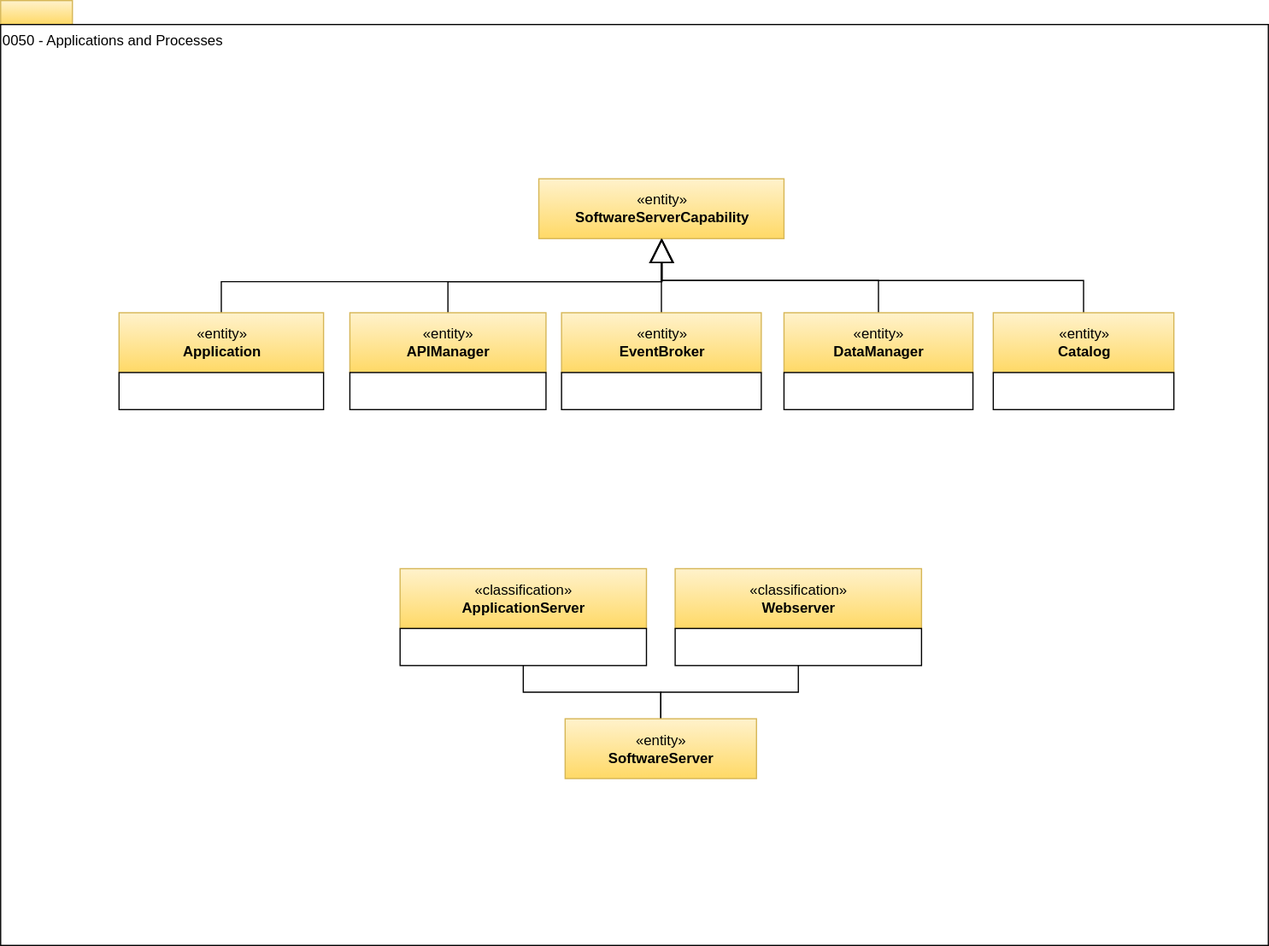
The draw.io diagram site/docs/types/0/0050-Applications-and-Processes.svg in odpi/egeria-docs, before a commit. Source tidied: cells renumbered, new cells last; positions are measured from the earlier drawing's top-left corner, leaving out a move shared by most shapes.
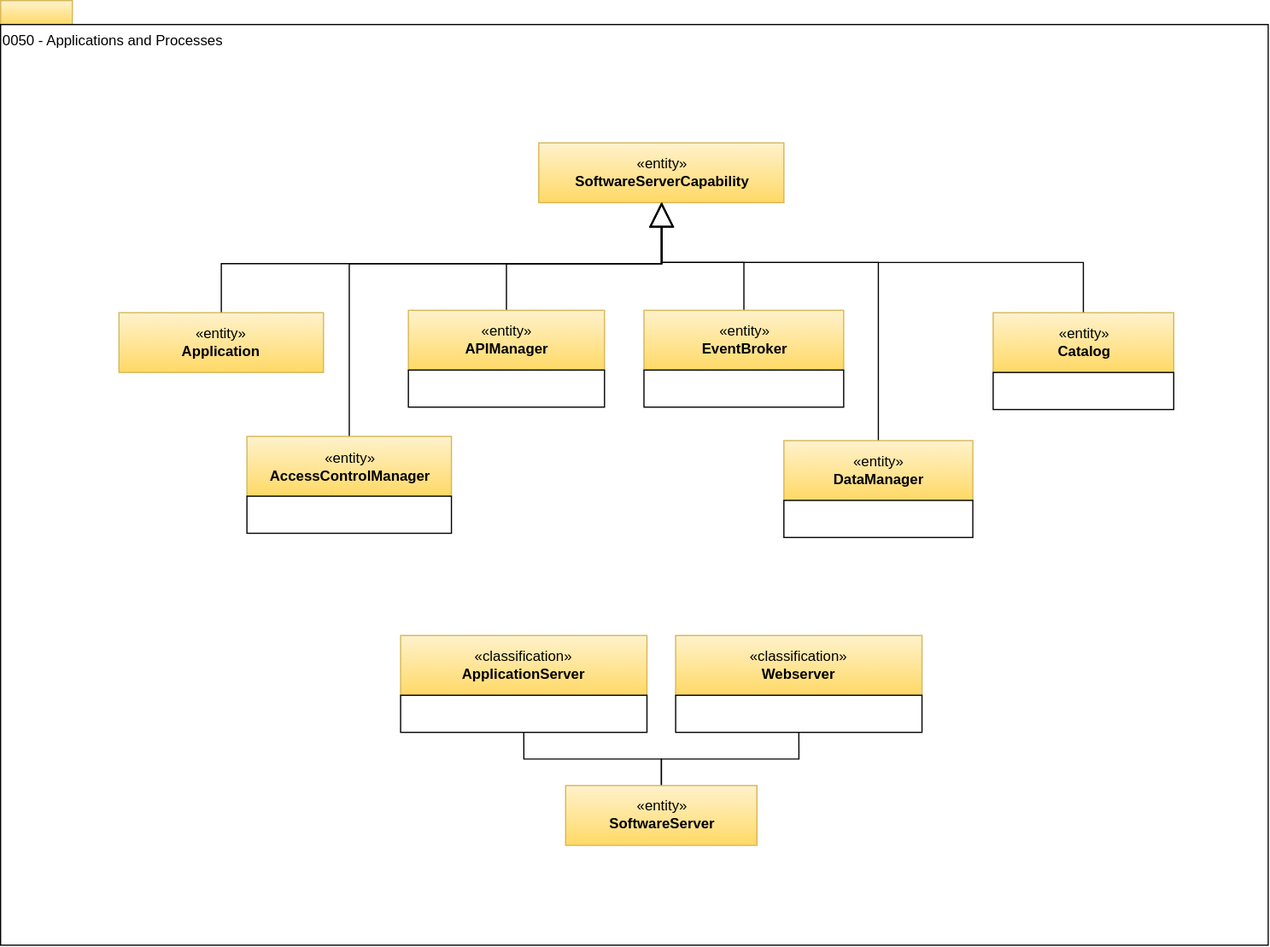
After the change.

What changed in the source:
```diff
@@ -8,94 +8,105 @@
     <mxCell id="3" value="0050 - Applications and Processes" style="rounded=0;whiteSpace=wrap;html=1;align=left;verticalAlign=top;" parent="1" vertex="1">
       <mxGeometry y="20" width="1060" height="770" as="geometry" />
     </mxCell>
-    <mxCell id="4" style="edgeStyle=orthogonalEdgeStyle;rounded=0;jettySize=auto;html=1;entryX=0.5;entryY=1;entryDx=0;entryDy=0;endArrow=block;endFill=0;endSize=18;strokeWidth=1;" parent="1" edge="1" source="5" target="7">
+    <mxCell id="4" style="edgeStyle=orthogonalEdgeStyle;rounded=0;jettySize=auto;html=1;entryX=0.5;entryY=1;entryDx=0;entryDy=0;endArrow=block;endFill=0;endSize=18;strokeWidth=1;" parent="1" edge="1" source="5" target="6">
       <mxGeometry relative="1" as="geometry">
         <Array as="points">
-          <mxPoint x="185" y="235" />
-          <mxPoint x="553" y="235" />
+          <mxPoint x="185" y="220" />
+          <mxPoint x="553" y="220" />
         </Array>
       </mxGeometry>
     </mxCell>
     <mxCell id="5" value="«entity»&lt;br&gt;&lt;b&gt;Application&lt;/b&gt;" style="html=1;strokeColor=#d6b656;align=center;fillColor=#fff2cc;gradientColor=#ffd966;" parent="1" vertex="1">
       <mxGeometry x="99" y="261" width="171" height="50" as="geometry" />
     </mxCell>
-    <mxCell id="6" style="rounded=0;whiteSpace=wrap;html=1;strokeColor=#000000;gradientColor=#ffffff;align=center;" parent="1" vertex="1">
-      <mxGeometry x="99" y="311" width="171" height="31" as="geometry" />
+    <mxCell id="6" value="«entity»&lt;br&gt;&lt;b&gt;SoftwareServerCapability&lt;/b&gt;" style="html=1;strokeColor=#d6b656;align=center;fillColor=#fff2cc;gradientColor=#ffd966;" parent="1" vertex="1">
+      <mxGeometry x="450" y="119" width="205" height="50" as="geometry" />
     </mxCell>
-    <mxCell id="7" value="«entity»&lt;br&gt;&lt;b&gt;SoftwareServerCapability&lt;/b&gt;" style="html=1;strokeColor=#d6b656;align=center;fillColor=#fff2cc;gradientColor=#ffd966;" parent="1" vertex="1">
-      <mxGeometry x="450" y="149" width="205" height="50" as="geometry" />
+    <mxCell id="7" value="«classification»&lt;br&gt;&lt;b&gt;Webserver&lt;/b&gt;" style="html=1;strokeColor=#d6b656;align=center;fillColor=#fff2cc;gradientColor=#ffd966;" parent="1" vertex="1">
+      <mxGeometry x="564.5" y="531" width="206" height="50" as="geometry" />
     </mxCell>
-    <mxCell id="8" value="«classification»&lt;br&gt;&lt;b&gt;Webserver&lt;/b&gt;" style="html=1;strokeColor=#d6b656;align=center;fillColor=#fff2cc;gradientColor=#ffd966;" parent="1" vertex="1">
-      <mxGeometry x="564" y="475" width="206" height="50" as="geometry" />
+    <mxCell id="8" style="edgeStyle=orthogonalEdgeStyle;rounded=0;html=1;exitX=0.5;exitY=1;endArrow=none;endFill=0;jettySize=auto;" parent="1" edge="1" source="9" target="13">
+      <mxGeometry relative="1" as="geometry" />
     </mxCell>
-    <mxCell id="9" style="edgeStyle=orthogonalEdgeStyle;rounded=0;html=1;exitX=0.5;exitY=1;endArrow=none;endFill=0;jettySize=auto;" parent="1" edge="1" source="10" target="14">
-      <mxGeometry relative="1" as="geometry" />
+    <mxCell id="9" style="rounded=0;whiteSpace=wrap;html=1;strokeColor=#000000;gradientColor=#ffffff;align=center;" parent="1" vertex="1">
+      <mxGeometry x="564.5" y="581" width="206" height="31" as="geometry" />
     </mxCell>
-    <mxCell id="10" style="rounded=0;whiteSpace=wrap;html=1;strokeColor=#000000;gradientColor=#ffffff;align=center;" parent="1" vertex="1">
-      <mxGeometry x="564" y="525" width="206" height="31" as="geometry" />
+    <mxCell id="10" value="«classification»&lt;br&gt;&lt;b&gt;ApplicationServer&lt;/b&gt;" style="html=1;strokeColor=#d6b656;align=center;fillColor=#fff2cc;gradientColor=#ffd966;" parent="1" vertex="1">
+      <mxGeometry x="334.5" y="531" width="206" height="50" as="geometry" />
     </mxCell>
-    <mxCell id="11" value="«classification»&lt;br&gt;&lt;b&gt;ApplicationServer&lt;/b&gt;" style="html=1;strokeColor=#d6b656;align=center;fillColor=#fff2cc;gradientColor=#ffd966;" parent="1" vertex="1">
-      <mxGeometry x="334" y="475" width="206" height="50" as="geometry" />
+    <mxCell id="11" style="edgeStyle=orthogonalEdgeStyle;rounded=0;html=1;exitX=0.5;exitY=1;endArrow=none;endFill=0;jettySize=auto;" parent="1" edge="1" source="12" target="13">
+      <mxGeometry relative="1" as="geometry" />
     </mxCell>
-    <mxCell id="12" style="edgeStyle=orthogonalEdgeStyle;rounded=0;html=1;exitX=0.5;exitY=1;endArrow=none;endFill=0;jettySize=auto;" parent="1" edge="1" source="13" target="14">
-      <mxGeometry relative="1" as="geometry" />
+    <mxCell id="12" style="rounded=0;whiteSpace=wrap;html=1;strokeColor=#000000;gradientColor=#ffffff;align=center;" parent="1" vertex="1">
+      <mxGeometry x="334.5" y="581" width="206" height="31" as="geometry" />
     </mxCell>
-    <mxCell id="13" style="rounded=0;whiteSpace=wrap;html=1;strokeColor=#000000;gradientColor=#ffffff;align=center;" parent="1" vertex="1">
-      <mxGeometry x="334" y="525" width="206" height="31" as="geometry" />
+    <mxCell id="13" value="«entity»&lt;br&gt;&lt;b&gt;SoftwareServer&lt;/b&gt;" style="html=1;strokeColor=#d6b656;align=center;fillColor=#fff2cc;gradientColor=#ffd966;" parent="1" vertex="1">
+      <mxGeometry x="472.5" y="656.5" width="160" height="50" as="geometry" />
     </mxCell>
-    <mxCell id="14" value="«entity»&lt;br&gt;&lt;b&gt;SoftwareServer&lt;/b&gt;" style="html=1;strokeColor=#d6b656;align=center;fillColor=#fff2cc;gradientColor=#ffd966;" parent="1" vertex="1">
-      <mxGeometry x="472" y="600.5" width="160" height="50" as="geometry" />
+    <mxCell id="14" style="edgeStyle=orthogonalEdgeStyle;rounded=0;jettySize=auto;html=1;endArrow=block;endFill=0;endSize=18;strokeWidth=1;" parent="1" edge="1" source="15" target="6">
+      <mxGeometry relative="1" as="geometry">
+        <Array as="points">
+          <mxPoint x="423" y="220" />
+          <mxPoint x="553" y="220" />
+        </Array>
+      </mxGeometry>
     </mxCell>
-    <mxCell id="15" style="edgeStyle=orthogonalEdgeStyle;rounded=0;jettySize=auto;html=1;endArrow=block;endFill=0;endSize=18;strokeWidth=1;" parent="1" edge="1" source="16" target="7">
-      <mxGeometry relative="1" as="geometry">
-        <Array as="points">
-          <mxPoint x="374" y="235" />
-          <mxPoint x="553" y="235" />
-        </Array>
-      </mxGeometry>
+    <mxCell id="15" value="«entity»&lt;br&gt;&lt;b&gt;APIManager&lt;/b&gt;" style="html=1;strokeColor=#d6b656;align=center;fillColor=#fff2cc;gradientColor=#ffd966;" parent="1" vertex="1">
+      <mxGeometry x="341" y="259" width="164" height="50" as="geometry" />
     </mxCell>
-    <mxCell id="16" value="«entity»&lt;br&gt;&lt;b&gt;APIManager&lt;/b&gt;" style="html=1;strokeColor=#d6b656;align=center;fillColor=#fff2cc;gradientColor=#ffd966;" parent="1" vertex="1">
-      <mxGeometry x="292" y="261" width="164" height="50" as="geometry" />
+    <mxCell id="16" style="rounded=0;whiteSpace=wrap;html=1;strokeColor=#000000;gradientColor=#ffffff;align=center;" parent="1" vertex="1">
+      <mxGeometry x="341" y="309" width="164" height="31" as="geometry" />
     </mxCell>
-    <mxCell id="17" style="rounded=0;whiteSpace=wrap;html=1;strokeColor=#000000;gradientColor=#ffffff;align=center;" parent="1" vertex="1">
-      <mxGeometry x="292" y="311" width="164" height="31" as="geometry" />
+    <mxCell id="17" style="edgeStyle=orthogonalEdgeStyle;rounded=0;jettySize=auto;html=1;endArrow=block;endFill=0;endSize=18;strokeWidth=1;" parent="1" edge="1" source="18" target="6">
+      <mxGeometry relative="1" as="geometry" />
     </mxCell>
-    <mxCell id="18" style="edgeStyle=orthogonalEdgeStyle;rounded=0;jettySize=auto;html=1;endArrow=block;endFill=0;endSize=18;strokeWidth=1;" parent="1" edge="1" source="19" target="7">
-      <mxGeometry relative="1" as="geometry" />
+    <mxCell id="18" value="«entity»&lt;br&gt;&lt;b&gt;EventBroker&lt;/b&gt;" style="html=1;strokeColor=#d6b656;align=center;fillColor=#fff2cc;gradientColor=#ffd966;" parent="1" vertex="1">
+      <mxGeometry x="538" y="259" width="167" height="50" as="geometry" />
     </mxCell>
-    <mxCell id="19" value="«entity»&lt;br&gt;&lt;b&gt;EventBroker&lt;/b&gt;" style="html=1;strokeColor=#d6b656;align=center;fillColor=#fff2cc;gradientColor=#ffd966;" parent="1" vertex="1">
-      <mxGeometry x="469" y="261" width="167" height="50" as="geometry" />
+    <mxCell id="19" style="rounded=0;whiteSpace=wrap;html=1;strokeColor=#000000;gradientColor=#ffffff;align=center;" parent="1" vertex="1">
+      <mxGeometry x="538" y="309" width="167" height="31" as="geometry" />
     </mxCell>
-    <mxCell id="20" style="rounded=0;whiteSpace=wrap;html=1;strokeColor=#000000;gradientColor=#ffffff;align=center;" parent="1" vertex="1">
-      <mxGeometry x="469" y="311" width="167" height="31" as="geometry" />
+    <mxCell id="20" style="edgeStyle=orthogonalEdgeStyle;rounded=0;jettySize=auto;html=1;endArrow=block;endFill=0;endSize=18;strokeWidth=1;" parent="1" edge="1" source="21" target="6">
+      <mxGeometry relative="1" as="geometry">
+        <Array as="points">
+          <mxPoint x="734" y="219" />
+          <mxPoint x="553" y="219" />
+        </Array>
+      </mxGeometry>
     </mxCell>
-    <mxCell id="21" style="edgeStyle=orthogonalEdgeStyle;rounded=0;jettySize=auto;html=1;endArrow=block;endFill=0;endSize=18;strokeWidth=1;" parent="1" edge="1" source="22" target="7">
-      <mxGeometry relative="1" as="geometry">
-        <Array as="points">
-          <mxPoint x="734" y="234" />
-          <mxPoint x="553" y="234" />
-        </Array>
-      </mxGeometry>
+    <mxCell id="21" value="«entity»&lt;br&gt;&lt;b&gt;DataManager&lt;/b&gt;" style="html=1;strokeColor=#d6b656;align=center;fillColor=#fff2cc;gradientColor=#ffd966;" parent="1" vertex="1">
+      <mxGeometry x="655" y="368" width="158" height="50" as="geometry" />
     </mxCell>
-    <mxCell id="22" value="«entity»&lt;br&gt;&lt;b&gt;DataManager&lt;/b&gt;" style="html=1;strokeColor=#d6b656;align=center;fillColor=#fff2cc;gradientColor=#ffd966;" parent="1" vertex="1">
-      <mxGeometry x="655" y="261" width="158" height="50" as="geometry" />
+    <mxCell id="22" style="rounded=0;whiteSpace=wrap;html=1;strokeColor=#000000;gradientColor=#ffffff;align=center;" parent="1" vertex="1">
+      <mxGeometry x="655" y="418" width="158" height="31" as="geometry" />
     </mxCell>
-    <mxCell id="23" style="rounded=0;whiteSpace=wrap;html=1;strokeColor=#000000;gradientColor=#ffffff;align=center;" parent="1" vertex="1">
-      <mxGeometry x="655" y="311" width="158" height="31" as="geometry" />
+    <mxCell id="23" style="edgeStyle=orthogonalEdgeStyle;rounded=0;jettySize=auto;html=1;entryX=0.5;entryY=1;entryDx=0;entryDy=0;endArrow=block;endFill=0;endSize=18;strokeWidth=1;" parent="1" edge="1" source="24" target="6">
+      <mxGeometry relative="1" as="geometry">
+        <Array as="points">
+          <mxPoint x="905" y="219" />
+          <mxPoint x="553" y="219" />
+        </Array>
+      </mxGeometry>
     </mxCell>
-    <mxCell id="24" style="edgeStyle=orthogonalEdgeStyle;rounded=0;jettySize=auto;html=1;entryX=0.5;entryY=1;entryDx=0;entryDy=0;endArrow=block;endFill=0;endSize=18;strokeWidth=1;" parent="1" edge="1" source="25" target="7">
-      <mxGeometry relative="1" as="geometry">
-        <Array as="points">
-          <mxPoint x="906" y="234" />
-          <mxPoint x="553" y="234" />
-        </Array>
-      </mxGeometry>
+    <mxCell id="24" value="«entity»&lt;br&gt;&lt;b&gt;Catalog&lt;/b&gt;" style="html=1;strokeColor=#d6b656;align=center;fillColor=#fff2cc;gradientColor=#ffd966;" parent="1" vertex="1">
+      <mxGeometry x="830" y="261" width="151" height="50" as="geometry" />
     </mxCell>
-    <mxCell id="25" value="«entity»&lt;br&gt;&lt;b&gt;Catalog&lt;/b&gt;" style="html=1;strokeColor=#d6b656;align=center;fillColor=#fff2cc;gradientColor=#ffd966;" parent="1" vertex="1">
-      <mxGeometry x="830" y="261" width="151" height="50" as="geometry" />
+    <mxCell id="25" style="rounded=0;whiteSpace=wrap;html=1;strokeColor=#000000;gradientColor=#ffffff;align=center;" parent="1" vertex="1">
+      <mxGeometry x="830" y="311" width="151" height="31" as="geometry" />
     </mxCell>
-    <mxCell id="26" style="rounded=0;whiteSpace=wrap;html=1;strokeColor=#000000;gradientColor=#ffffff;align=center;" parent="1" vertex="1">
-      <mxGeometry x="830" y="311" width="151" height="31" as="geometry" />
+    <mxCell id="26" style="edgeStyle=orthogonalEdgeStyle;rounded=0;jettySize=auto;html=1;endArrow=block;endFill=0;endSize=18;" parent="1" edge="1" source="27" target="6">
+      <mxGeometry relative="1" as="geometry">
+        <Array as="points">
+          <mxPoint x="292" y="220" />
+          <mxPoint x="553" y="220" />
+        </Array>
+      </mxGeometry>
     </mxCell>
+    <mxCell id="27" value="«entity»&lt;br&gt;&lt;b&gt;AccessControlManager&lt;/b&gt;" style="html=1;strokeColor=#d6b656;align=center;fillColor=#fff2cc;gradientColor=#ffd966;" parent="1" vertex="1">
+      <mxGeometry x="206" y="364.5" width="171" height="50" as="geometry" />
+    </mxCell>
+    <mxCell id="28" style="rounded=0;whiteSpace=wrap;html=1;strokeColor=#000000;gradientColor=#ffffff;align=center;" parent="1" vertex="1">
+      <mxGeometry x="206" y="414.5" width="171" height="31" as="geometry" />
+    </mxCell>
   </root>
 </mxGraphModel>
```
